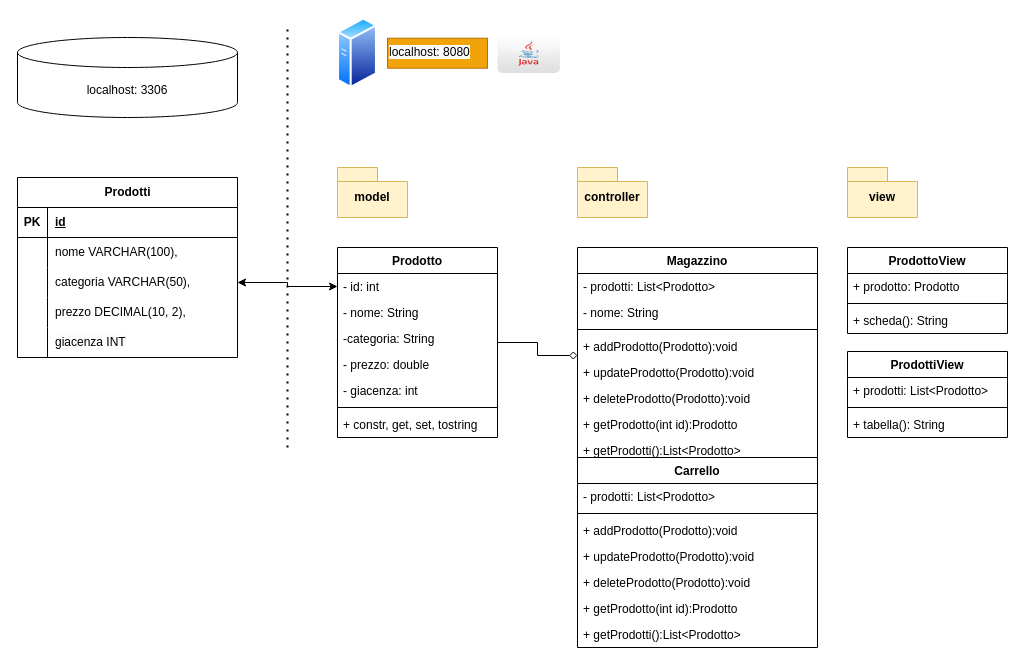
maboglia/ITS2025_BISD keeps this draw.io diagram as page "prodotti" (4 of 4) of ITS2025_BID.drawio. Above is the earlier version. Source tidied: cells renumbered, new cells numbered last; positions are measured from the earlier drawing's top-left corner, leaving out a move shared by most shapes. Both pictures are drawn from the tidied source at 100%, with x=0, y=0 at pixel (17, 17).
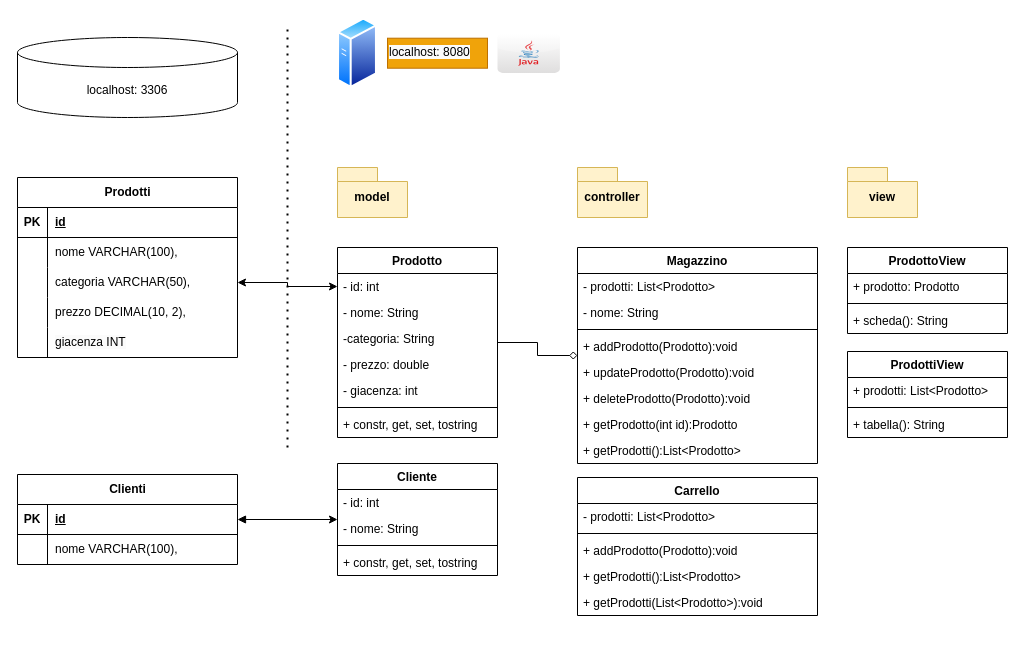
The same diagram, later.

Change to the diagram source:
```diff
@@
     <mxCell id="53" value="Carrello" style="swimlane;fontStyle=1;align=center;verticalAlign=top;horizontal=1;startSize=26;whiteSpace=wrap;html=1;" parent="1" vertex="1">
-      <mxGeometry x="560" y="440" width="240" height="190" as="geometry" />
+      <mxGeometry x="560" y="460" width="240" height="138" as="geometry" />
     </mxCell>
@@
-    <mxCell id="57" value="+ updateProdotto(Prodotto):void" style="text;strokeColor=none;fillColor=none;align=left;verticalAlign=top;spacingLeft=4;spacingRight=4;overflow=hidden;whiteSpace=wrap;html=1;" parent="53" vertex="1">
-      <mxGeometry y="86" width="240" height="26" as="geometry" />
-    </mxCell>
-    <mxCell id="58" value="+ deleteProdotto(Prodotto):void" style="text;strokeColor=none;fillColor=none;align=left;verticalAlign=top;spacingLeft=4;spacingRight=4;overflow=hidden;whiteSpace=wrap;html=1;" parent="53" vertex="1">
-      <mxGeometry y="112" width="240" height="26" as="geometry" />
-    </mxCell>
-    <mxCell id="59" value="+ getProdotto(int id):Prodotto" style="text;strokeColor=none;fillColor=none;align=left;verticalAlign=top;spacingLeft=4;spacingRight=4;overflow=hidden;whiteSpace=wrap;html=1;" parent="53" vertex="1">
-      <mxGeometry y="138" width="240" height="26" as="geometry" />
-    </mxCell>
     <mxCell id="60" value="+ getProdotti():List&amp;lt;Prodotto&amp;gt;" style="text;strokeColor=none;fillColor=none;align=left;verticalAlign=top;spacingLeft=4;spacingRight=4;overflow=hidden;whiteSpace=wrap;html=1;" parent="53" vertex="1">
-      <mxGeometry y="164" width="240" height="26" as="geometry" />
+      <mxGeometry y="86" width="240" height="26" as="geometry" />
     </mxCell>
+    <mxCell id="61" value="+ getProdotti(List&amp;lt;Prodotto&amp;gt;):void" style="text;strokeColor=none;fillColor=none;align=left;verticalAlign=top;spacingLeft=4;spacingRight=4;overflow=hidden;whiteSpace=wrap;html=1;" parent="53" vertex="1">
+      <mxGeometry y="112" width="240" height="26" as="geometry" />
+    </mxCell>
+    <mxCell id="62" value="Clienti" style="shape=table;startSize=30;childLayout=tableLayout;rowLines=0;fontStyle=1;align=center;html=1;" parent="1" vertex="1">
+      <mxGeometry y="457" width="220" height="90" as="geometry" />
+    </mxCell>
+    <mxCell id="63" style="shape=tableRow;horizontal=0;startSize=0;swimlaneHead=0;swimlaneBody=0;fillColor=none;top=0;left=0;right=0;bottom=1;" parent="62" vertex="1">
+      <mxGeometry y="30" width="220" height="30" as="geometry" />
+    </mxCell>
+    <mxCell id="64" value="PK" style="shape=partialRectangle;fillColor=none;top=0;left=0;bottom=0;right=0;fontStyle=1;overflow=hidden;whiteSpace=wrap;html=1;" parent="63" vertex="1">
+      <mxGeometry width="30" height="30" as="geometry" />
+    </mxCell>
+    <mxCell id="65" value="id" style="shape=partialRectangle;fillColor=none;top=0;left=0;bottom=0;right=0;align=left;spacingLeft=6;fontStyle=5;overflow=hidden;whiteSpace=wrap;html=1;" parent="63" vertex="1">
+      <mxGeometry x="30" width="190" height="30" as="geometry" />
+    </mxCell>
+    <mxCell id="66" style="shape=tableRow;horizontal=0;startSize=0;swimlaneHead=0;swimlaneBody=0;fillColor=none;top=0;left=0;right=0;bottom=0;" parent="62" vertex="1">
+      <mxGeometry y="60" width="220" height="30" as="geometry" />
+    </mxCell>
+    <mxCell id="67" style="shape=partialRectangle;fillColor=none;top=0;left=0;bottom=0;right=0;overflow=hidden;whiteSpace=wrap;html=1;" parent="66" vertex="1">
+      <mxGeometry width="30" height="30" as="geometry" />
+    </mxCell>
+    <mxCell id="68" value="nome VARCHAR(100)," style="shape=partialRectangle;fillColor=none;top=0;left=0;bottom=0;right=0;align=left;spacingLeft=6;overflow=hidden;whiteSpace=wrap;html=1;" parent="66" vertex="1">
+      <mxGeometry x="30" width="190" height="30" as="geometry" />
+    </mxCell>
+    <mxCell id="69" value="Cliente" style="swimlane;fontStyle=1;align=center;verticalAlign=top;horizontal=1;startSize=26;whiteSpace=wrap;html=1;" parent="1" vertex="1">
+      <mxGeometry x="320" y="446" width="160" height="112" as="geometry" />
+    </mxCell>
+    <mxCell id="70" value="- id: int" style="text;strokeColor=none;fillColor=none;align=left;verticalAlign=top;spacingLeft=4;spacingRight=4;overflow=hidden;whiteSpace=wrap;html=1;" parent="69" vertex="1">
+      <mxGeometry y="26" width="160" height="26" as="geometry" />
+    </mxCell>
+    <mxCell id="71" value="- nome: String" style="text;strokeColor=none;fillColor=none;align=left;verticalAlign=top;spacingLeft=4;spacingRight=4;overflow=hidden;whiteSpace=wrap;html=1;" parent="69" vertex="1">
+      <mxGeometry y="52" width="160" height="26" as="geometry" />
+    </mxCell>
+    <mxCell id="72" style="line;strokeWidth=1;fillColor=none;align=left;verticalAlign=middle;spacingTop=-1;spacingLeft=3;spacingRight=3;labelPosition=right;strokeColor=inherit;" parent="69" vertex="1">
+      <mxGeometry y="78" width="160" height="8" as="geometry" />
+    </mxCell>
+    <mxCell id="73" value="+ constr, get, set, tostring" style="text;strokeColor=none;fillColor=none;align=left;verticalAlign=top;spacingLeft=4;spacingRight=4;overflow=hidden;whiteSpace=wrap;html=1;" parent="69" vertex="1">
+      <mxGeometry y="86" width="160" height="26" as="geometry" />
+    </mxCell>
+    <mxCell id="74" style="edgeStyle=orthogonalEdgeStyle;rounded=0;jettySize=auto;html=1;startArrow=block;startFill=1;" parent="1" edge="1" source="62" target="69">
+      <mxGeometry relative="1" as="geometry" />
+    </mxCell>
```
